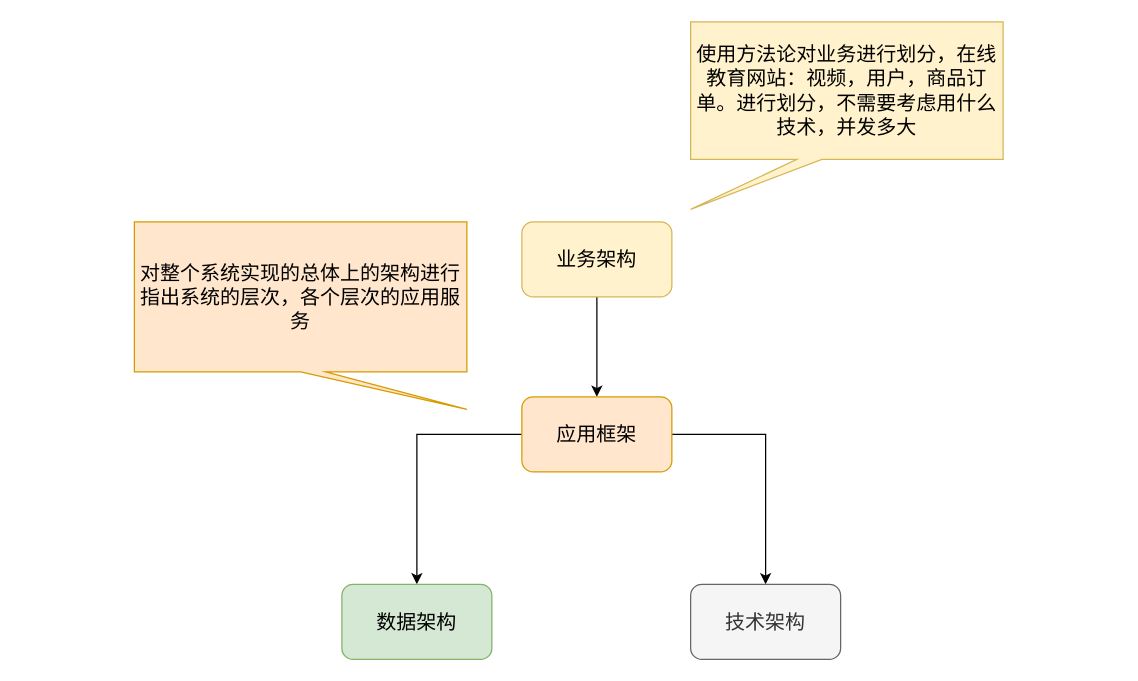
Earlier version of the draw.io diagram 未命名绘图.drawio (ChengziMao/helloword). Source tidied: cells renumbered, new cells numbered last; positions are measured from the earlier drawing's top-left corner, leaving out a move shared by most shapes. Both pictures are drawn from the tidied source at 125%, with x=0, y=0 at pixel (134, 21).
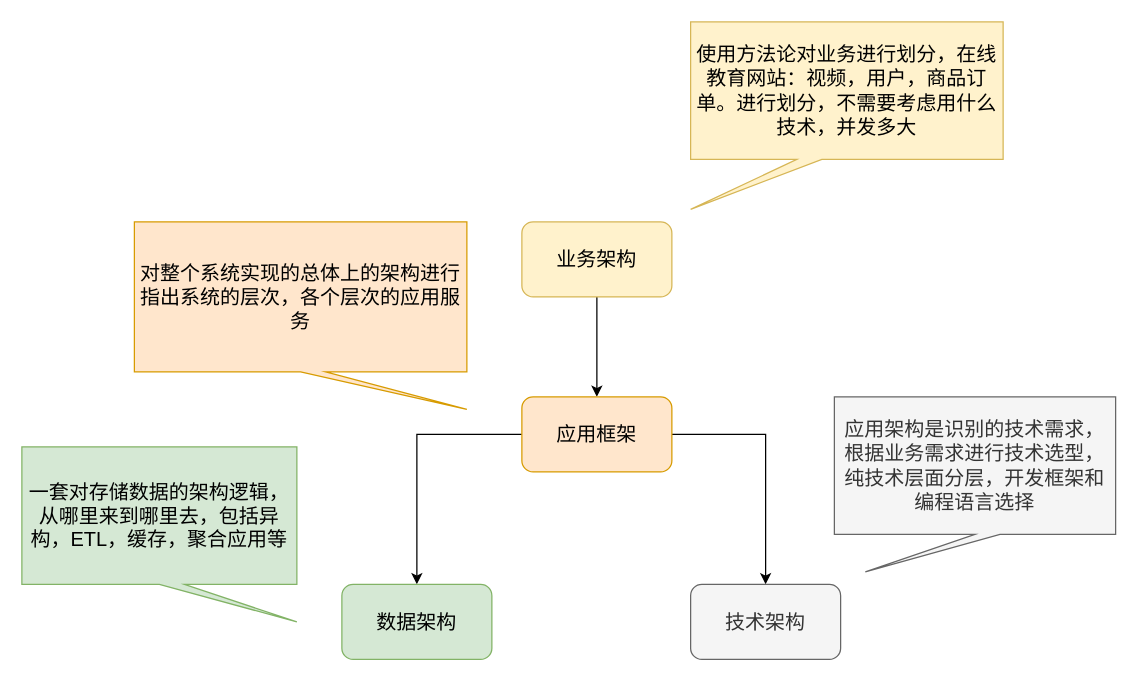
The same page after the edit.

Commit message (it also covers changes not shown here):
更新未命名绘图.drawio

Change to the diagram source:
```diff
@@
 <mxGraphModel>
   <root>
     <mxCell id="0" />
     <mxCell id="1" parent="0" />
     <mxCell id="2" style="edgeStyle=orthogonalEdgeStyle;rounded=0;jettySize=auto;html=1;entryX=0.5;entryY=0;entryDx=0;entryDy=0;" parent="1" edge="1" source="3" target="6">
       <mxGeometry relative="1" as="geometry" />
     </mxCell>
     <mxCell id="3" value="业务架构" style="rounded=1;whiteSpace=wrap;html=1;fillColor=#fff2cc;strokeColor=#d6b656;fontSize=16;" parent="1" vertex="1">
       <mxGeometry x="310" y="160" width="120" height="60" as="geometry" />
     </mxCell>
     <mxCell id="4" style="edgeStyle=orthogonalEdgeStyle;rounded=0;jettySize=auto;html=1;entryX=0.5;entryY=0;entryDx=0;entryDy=0;" parent="1" edge="1" source="6" target="7">
       <mxGeometry relative="1" as="geometry" />
     </mxCell>
     <mxCell id="5" style="edgeStyle=orthogonalEdgeStyle;rounded=0;jettySize=auto;html=1;entryX=0.5;entryY=0;entryDx=0;entryDy=0;" parent="1" edge="1" source="6" target="8">
       <mxGeometry relative="1" as="geometry" />
     </mxCell>
     <mxCell id="6" value="应用框架" style="rounded=1;whiteSpace=wrap;html=1;fillColor=#ffe6cc;strokeColor=#d79b00;fontSize=16;" parent="1" vertex="1">
       <mxGeometry x="310" y="300" width="120" height="60" as="geometry" />
     </mxCell>
     <mxCell id="7" value="数据架构" style="rounded=1;whiteSpace=wrap;html=1;fillColor=#d5e8d4;strokeColor=#82b366;fontSize=16;" parent="1" vertex="1">
       <mxGeometry x="166" y="450" width="120" height="60" as="geometry" />
     </mxCell>
     <mxCell id="8" value="技术架构" style="rounded=1;whiteSpace=wrap;html=1;fillColor=#f5f5f5;strokeColor=#666666;fontSize=16;fontColor=#333333;" parent="1" vertex="1">
       <mxGeometry x="445" y="450" width="120" height="60" as="geometry" />
     </mxCell>
     <mxCell id="9" value="使用方法论对业务进行划分，在线教育网站：视频，用户，商品订单。进行划分，不需要考虑用什么技术，并发多大" style="shape=callout;whiteSpace=wrap;html=1;perimeter=calloutPerimeter;position2=0;fillColor=#fff2cc;strokeColor=#d6b656;fontSize=16;size=40;position=0.34;" parent="1" vertex="1">
       <mxGeometry x="445" width="250" height="150" as="geometry" />
     </mxCell>
     <mxCell id="10" value="对整个系统实现的总体上的架构进行指出系统的层次，各个层次的应用服务" style="shape=callout;whiteSpace=wrap;html=1;perimeter=calloutPerimeter;position2=1;fillColor=#ffe6cc;strokeColor=#d79b00;fontSize=16;" parent="1" vertex="1">
       <mxGeometry y="160" width="266" height="150" as="geometry" />
     </mxCell>
+    <mxCell id="11" value="一套对存储数据的架构逻辑，从哪里来到哪里去，包括异构，ETL，缓存，聚合应用等" style="shape=callout;whiteSpace=wrap;html=1;perimeter=calloutPerimeter;position2=1;fillColor=#d5e8d4;strokeColor=#82b366;fontSize=16;" parent="1" vertex="1">
+      <mxGeometry x="-90" y="340" width="220" height="140" as="geometry" />
+    </mxCell>
+    <mxCell id="12" value="应用架构是识别的技术需求，根据业务需求进行技术选型，纯技术层面分层，开发框架和编程语言选择" style="shape=callout;whiteSpace=wrap;html=1;perimeter=calloutPerimeter;position2=0.11;fillColor=#f5f5f5;fontColor=#333333;strokeColor=#666666;fontSize=16;" parent="1" vertex="1">
+      <mxGeometry x="560" y="300" width="225" height="140" as="geometry" />
+    </mxCell>
   </root>
 </mxGraphModel>
```
